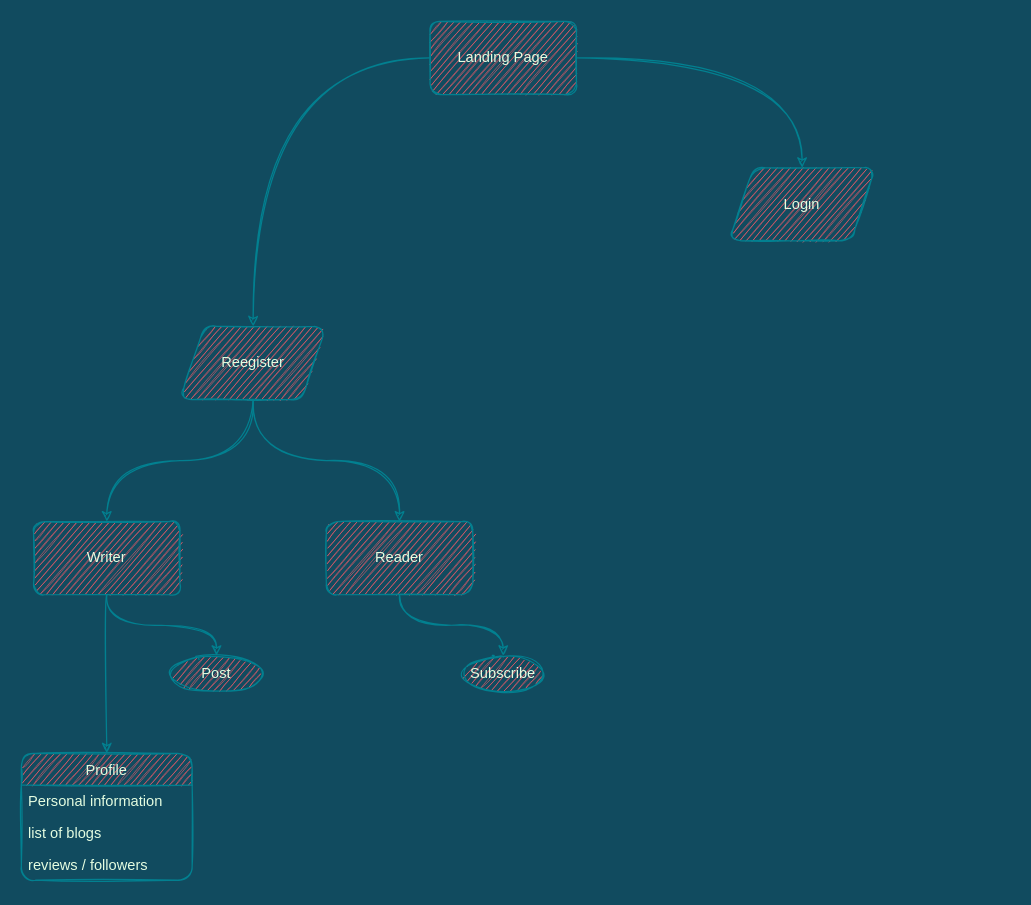
Before: page "Functional-chart" (2 of 2) of Untitled Diagram.drawio in surajbalwani/blog-site, a draw.io diagram. Source tidied: cells renumbered, new cells numbered last; positions are measured from the earlier drawing's top-left corner, leaving out a move shared by most shapes. Both pictures are drawn from the tidied source at 122%, with x=0, y=0 at pixel (21, 21).
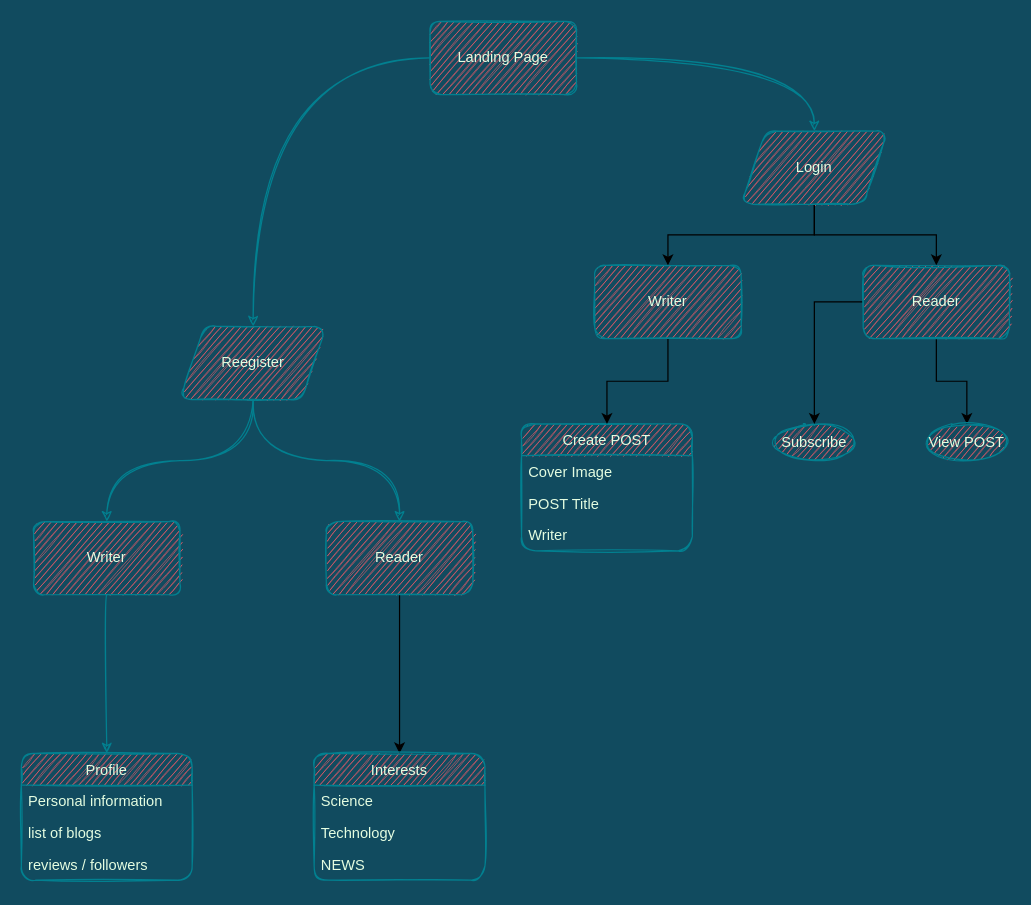
After the change.

Unchanged cells that the change refers to:
```xml
<mxCell id="11" value="Writer" style="whiteSpace=wrap;html=1;fillColor=#F45B69;strokeColor=#028090;fontColor=#E4FDE1;sketch=1;rounded=1;" parent="1" vertex="1">
  <mxGeometry x="10" y="410" width="120" height="60" as="geometry" />
</mxCell>
<mxCell id="13" value="Reader" style="whiteSpace=wrap;html=1;fillColor=#F45B69;strokeColor=#028090;fontColor=#E4FDE1;sketch=1;rounded=1;" parent="1" vertex="1">
  <mxGeometry x="250" y="410" width="120" height="60" as="geometry" />
</mxCell>
```

Change to the diagram source:
```diff
@@
+    <mxCell id="20" style="edgeStyle=orthogonalEdgeStyle;rounded=0;jettySize=auto;html=1;entryX=0.5;entryY=0;entryDx=0;entryDy=0;" parent="1" edge="1" source="8" target="28">
+      <mxGeometry relative="1" as="geometry" />
+    </mxCell>
+    <mxCell id="21" style="edgeStyle=orthogonalEdgeStyle;rounded=0;jettySize=auto;html=1;entryX=0.5;entryY=0;entryDx=0;entryDy=0;" parent="1" edge="1" source="8" target="31">
+      <mxGeometry relative="1" as="geometry" />
+    </mxCell>
     <mxCell id="8" value="Login" style="shape=parallelogram;perimeter=parallelogramPerimeter;whiteSpace=wrap;html=1;fixedSize=1;fillColor=#F45B69;strokeColor=#028090;fontColor=#E4FDE1;sketch=1;rounded=1;" parent="1" vertex="1">
-      <mxGeometry x="580" y="120" width="120" height="60" as="geometry" />
+      <mxGeometry x="590" y="90" width="120" height="60" as="geometry" />
     </mxCell>
-    <mxCell id="9" style="edgeStyle=orthogonalEdgeStyle;jettySize=auto;html=1;entryX=0.5;entryY=0;entryDx=0;entryDy=0;strokeColor=#028090;fontColor=#E4FDE1;sketch=1;curved=1;labelBackgroundColor=#114B5F;" parent="1" edge="1" source="11" target="15">
-      <mxGeometry relative="1" as="geometry" />
-    </mxCell>
@@
-    <mxCell id="12" style="edgeStyle=orthogonalEdgeStyle;jettySize=auto;html=1;entryX=0.5;entryY=0;entryDx=0;entryDy=0;strokeColor=#028090;fontColor=#E4FDE1;sketch=1;curved=1;labelBackgroundColor=#114B5F;" parent="1" edge="1" source="13" target="14">
-      <mxGeometry relative="1" as="geometry" />
-    </mxCell>
+    <mxCell id="22" style="edgeStyle=orthogonalEdgeStyle;rounded=0;jettySize=auto;html=1;entryX=0.5;entryY=0;entryDx=0;entryDy=0;" parent="1" edge="1" source="13" target="33">
+      <mxGeometry relative="1" as="geometry" />
+    </mxCell>
@@
     <mxCell id="14" value="Subscribe" style="ellipse;whiteSpace=wrap;html=1;fillColor=#F45B69;strokeColor=#028090;fontColor=#E4FDE1;sketch=1;rounded=1;" parent="1" vertex="1">
-      <mxGeometry x="360" y="520" width="70" height="30" as="geometry" />
+      <mxGeometry x="615" y="330" width="70" height="30" as="geometry" />
     </mxCell>
-    <mxCell id="15" value="Post" style="ellipse;whiteSpace=wrap;html=1;fillColor=#F45B69;strokeColor=#028090;fontColor=#E4FDE1;sketch=1;rounded=1;" parent="1" vertex="1">
-      <mxGeometry x="120" y="520" width="80" height="30" as="geometry" />
-    </mxCell>
@@
+    <mxCell id="23" value="Create POST" style="swimlane;fontStyle=0;horizontal=1;startSize=26;fillColor=#F45B69;strokeColor=#028090;fontColor=#E4FDE1;sketch=1;rounded=1;" parent="1" vertex="1">
+      <mxGeometry x="410" y="330" width="140" height="104" as="geometry" />
+    </mxCell>
+    <mxCell id="24" value="Cover Image" style="text;strokeColor=none;fillColor=none;align=left;verticalAlign=top;spacingLeft=4;spacingRight=4;overflow=hidden;fontColor=#E4FDE1;sketch=1;rounded=1;" parent="23" vertex="1">
+      <mxGeometry y="26" width="140" height="26" as="geometry" />
+    </mxCell>
+    <mxCell id="25" value="POST Title" style="text;strokeColor=none;fillColor=none;align=left;verticalAlign=top;spacingLeft=4;spacingRight=4;overflow=hidden;fontColor=#E4FDE1;sketch=1;rounded=1;" parent="23" vertex="1">
+      <mxGeometry y="52" width="140" height="26" as="geometry" />
+    </mxCell>
+    <mxCell id="26" value="Writer" style="text;strokeColor=none;fillColor=none;align=left;verticalAlign=top;spacingLeft=4;spacingRight=4;overflow=hidden;fontColor=#E4FDE1;sketch=1;rounded=1;" parent="23" vertex="1">
+      <mxGeometry y="78" width="140" height="26" as="geometry" />
+    </mxCell>
+    <mxCell id="27" style="edgeStyle=orthogonalEdgeStyle;rounded=0;jettySize=auto;html=1;" parent="1" edge="1" source="28" target="23">
+      <mxGeometry relative="1" as="geometry" />
+    </mxCell>
+    <mxCell id="28" value="Writer" style="whiteSpace=wrap;html=1;fillColor=#F45B69;strokeColor=#028090;fontColor=#E4FDE1;sketch=1;rounded=1;" parent="1" vertex="1">
+      <mxGeometry x="470" y="200" width="120" height="60" as="geometry" />
+    </mxCell>
+    <mxCell id="29" style="edgeStyle=orthogonalEdgeStyle;rounded=0;jettySize=auto;html=1;entryX=0.5;entryY=0;entryDx=0;entryDy=0;" parent="1" edge="1" source="31" target="14">
+      <mxGeometry relative="1" as="geometry" />
+    </mxCell>
+    <mxCell id="30" style="edgeStyle=orthogonalEdgeStyle;rounded=0;jettySize=auto;html=1;entryX=0.5;entryY=0;entryDx=0;entryDy=0;" parent="1" edge="1" source="31" target="32">
+      <mxGeometry relative="1" as="geometry" />
+    </mxCell>
+    <mxCell id="31" value="Reader" style="whiteSpace=wrap;html=1;fillColor=#F45B69;strokeColor=#028090;fontColor=#E4FDE1;sketch=1;rounded=1;" parent="1" vertex="1">
+      <mxGeometry x="690" y="200" width="120" height="60" as="geometry" />
+    </mxCell>
+    <mxCell id="32" value="View POST" style="ellipse;whiteSpace=wrap;html=1;fillColor=#F45B69;strokeColor=#028090;fontColor=#E4FDE1;sketch=1;rounded=1;" parent="1" vertex="1">
+      <mxGeometry x="740" y="330" width="70" height="30" as="geometry" />
+    </mxCell>
+    <mxCell id="33" value="Interests" style="swimlane;fontStyle=0;horizontal=1;startSize=26;fillColor=#F45B69;strokeColor=#028090;fontColor=#E4FDE1;sketch=1;rounded=1;" parent="1" vertex="1">
+      <mxGeometry x="240" y="600" width="140" height="104" as="geometry" />
+    </mxCell>
+    <mxCell id="34" value="Science" style="text;strokeColor=none;fillColor=none;align=left;verticalAlign=top;spacingLeft=4;spacingRight=4;overflow=hidden;fontColor=#E4FDE1;sketch=1;rounded=1;" parent="33" vertex="1">
+      <mxGeometry y="26" width="140" height="26" as="geometry" />
+    </mxCell>
+    <mxCell id="35" value="Technology" style="text;strokeColor=none;fillColor=none;align=left;verticalAlign=top;spacingLeft=4;spacingRight=4;overflow=hidden;fontColor=#E4FDE1;sketch=1;rounded=1;" parent="33" vertex="1">
+      <mxGeometry y="52" width="140" height="26" as="geometry" />
+    </mxCell>
+    <mxCell id="36" value="NEWS" style="text;strokeColor=none;fillColor=none;align=left;verticalAlign=top;spacingLeft=4;spacingRight=4;overflow=hidden;fontColor=#E4FDE1;sketch=1;rounded=1;" parent="33" vertex="1">
+      <mxGeometry y="78" width="140" height="26" as="geometry" />
+    </mxCell>
```
